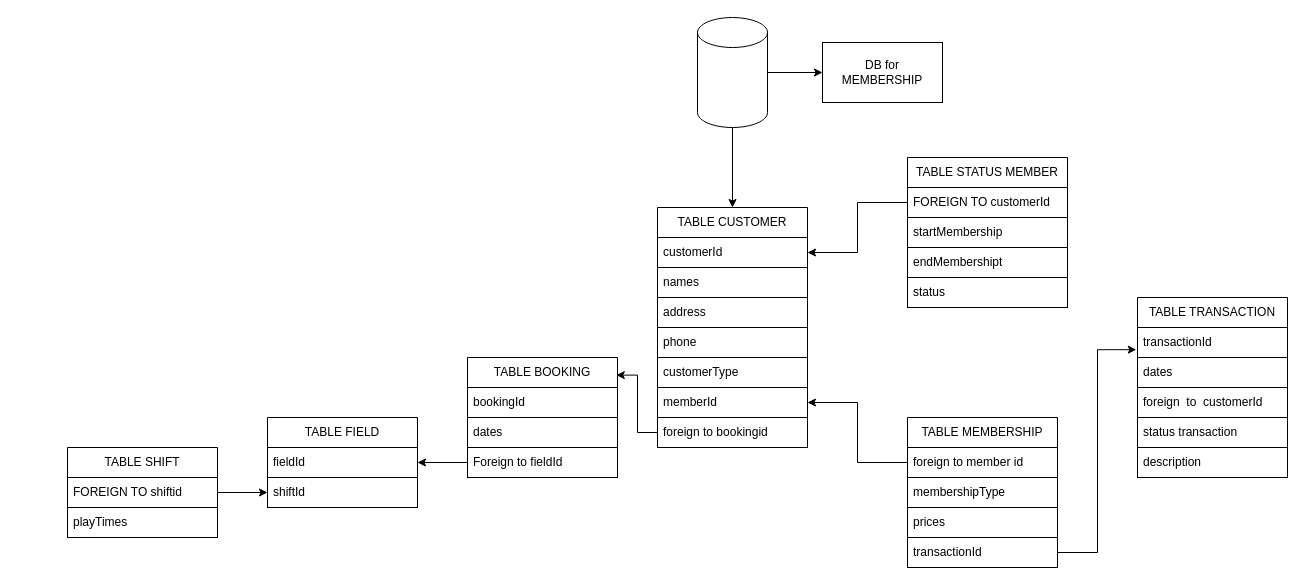
Above: subjects/Untitled Diagram.drawio in azzaky9/middlewares-flowcharts (draw.io), before the change. Source tidied: cells renumbered, new cells numbered last; positions are measured from the earlier drawing's top-left corner, leaving out a move shared by most shapes. Both pictures are drawn from the tidied source at 100%, with x=0, y=0 at pixel (67, 17).
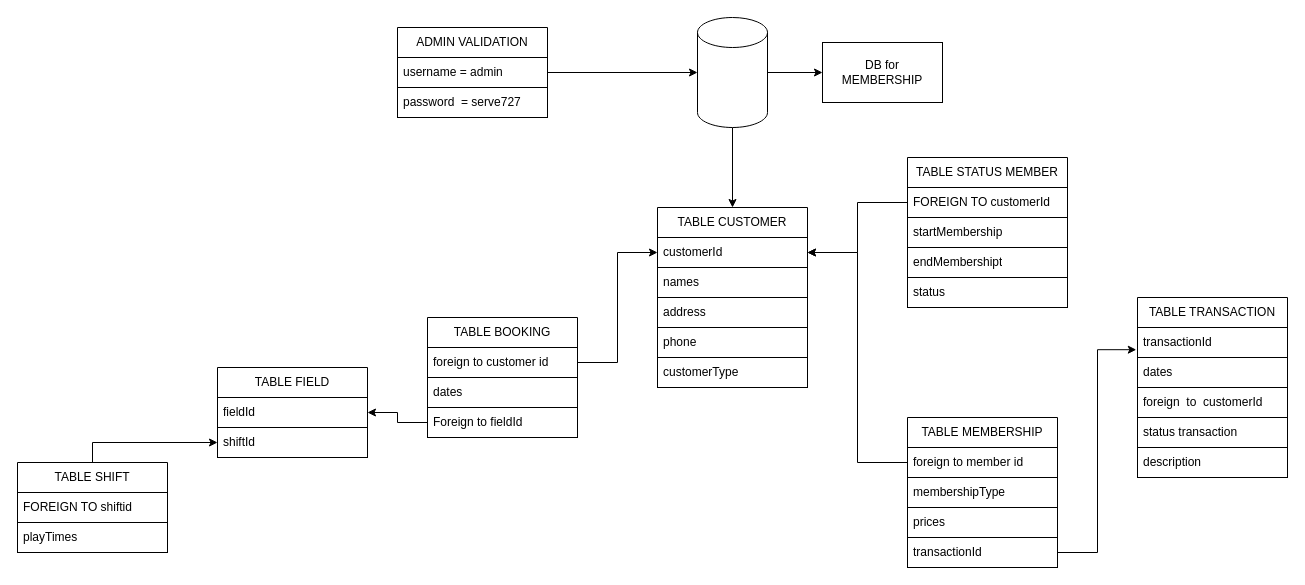
The same page after the edit.

Unchanged cells that the change refers to:
```xml
<mxCell id="3" value="customerId" style="text;align=left;verticalAlign=middle;spacingLeft=4;spacingRight=4;overflow=hidden;points=[[0,0.5],[1,0.5]];portConstraint=eastwest;whiteSpace=wrap;html=1;strokeColor=default;" parent="2" vertex="1">
  <mxGeometry y="30" width="150" height="30" as="geometry" />
</mxCell>
<mxCell id="12" style="shape=cylinder3;whiteSpace=wrap;html=1;boundedLbl=1;backgroundOutline=1;size=15;" parent="1" vertex="1">
  <mxGeometry x="630" width="70" height="110" as="geometry" />
</mxCell>
<mxCell id="14" value="foreign to member id" style="text;align=left;verticalAlign=middle;spacingLeft=4;spacingRight=4;overflow=hidden;points=[[0,0.5],[1,0.5]];portConstraint=eastwest;whiteSpace=wrap;html=1;strokeColor=default;" parent="13" vertex="1">
  <mxGeometry y="30" width="150" height="30" as="geometry" />
</mxCell>
```

What changed in the source:
```diff
@@
     <mxCell id="2" value="TABLE CUSTOMER" style="swimlane;fontStyle=0;horizontal=1;startSize=30;whiteSpace=wrap;html=1;" parent="1" vertex="1">
-      <mxGeometry x="590" y="190" width="150" height="240" as="geometry" />
+      <mxGeometry x="590" y="190" width="150" height="180" as="geometry" />
     </mxCell>
@@
-    <mxCell id="8" value="memberId" style="text;strokeColor=default;fillColor=none;align=left;verticalAlign=middle;spacingLeft=4;spacingRight=4;overflow=hidden;points=[[0,0.5],[1,0.5]];portConstraint=eastwest;whiteSpace=wrap;html=1;" parent="2" vertex="1">
-      <mxGeometry y="180" width="150" height="30" as="geometry" />
-    </mxCell>
-    <mxCell id="9" value="foreign to bookingid" style="text;strokeColor=default;fillColor=none;align=left;verticalAlign=middle;spacingLeft=4;spacingRight=4;overflow=hidden;points=[[0,0.5],[1,0.5]];portConstraint=eastwest;whiteSpace=wrap;html=1;" parent="2" vertex="1">
-      <mxGeometry y="210" width="150" height="30" as="geometry" />
-    </mxCell>
@@
     <mxCell id="24" value="TABLE FIELD" style="swimlane;fontStyle=0;horizontal=1;startSize=30;whiteSpace=wrap;html=1;" parent="1" vertex="1">
-      <mxGeometry x="200" y="400" width="150" height="90" as="geometry" />
+      <mxGeometry x="150" y="350" width="150" height="90" as="geometry" />
     </mxCell>
@@
     <mxCell id="28" value="TABLE SHIFT" style="swimlane;fontStyle=0;horizontal=1;startSize=30;whiteSpace=wrap;html=1;" parent="1" vertex="1">
-      <mxGeometry y="430" width="150" height="90" as="geometry" />
+      <mxGeometry x="-50" y="445" width="150" height="90" as="geometry" />
     </mxCell>
@@
     <mxCell id="31" value="TABLE BOOKING" style="swimlane;fontStyle=0;horizontal=1;startSize=30;whiteSpace=wrap;html=1;" parent="1" vertex="1">
-      <mxGeometry x="400" y="340" width="150" height="120" as="geometry" />
+      <mxGeometry x="360" y="300" width="150" height="120" as="geometry" />
     </mxCell>
-    <mxCell id="32" value="bookingId" style="text;align=left;verticalAlign=middle;spacingLeft=4;spacingRight=4;overflow=hidden;points=[[0,0.5],[1,0.5]];portConstraint=eastwest;whiteSpace=wrap;html=1;strokeColor=default;" parent="31" vertex="1">
+    <mxCell id="32" value="foreign to customer id&amp;nbsp;" style="text;align=left;verticalAlign=middle;spacingLeft=4;spacingRight=4;overflow=hidden;points=[[0,0.5],[1,0.5]];portConstraint=eastwest;whiteSpace=wrap;html=1;strokeColor=default;" parent="31" vertex="1">
       <mxGeometry y="30" width="150" height="30" as="geometry" />
     </mxCell>
@@
-    <mxCell id="36" style="edgeStyle=orthogonalEdgeStyle;rounded=0;jettySize=auto;html=1;entryX=0.992;entryY=0.147;entryDx=0;entryDy=0;entryPerimeter=0;" parent="1" edge="1" source="9" target="31">
-      <mxGeometry relative="1" as="geometry" />
-    </mxCell>
@@
-    <mxCell id="38" style="edgeStyle=orthogonalEdgeStyle;rounded=0;jettySize=auto;html=1;entryX=1;entryY=0.5;entryDx=0;entryDy=0;" parent="1" edge="1" source="14" target="8">
-      <mxGeometry relative="1" as="geometry" />
-    </mxCell>
@@
+    <mxCell id="46" style="edgeStyle=orthogonalEdgeStyle;rounded=0;jettySize=auto;html=1;entryX=1;entryY=0.5;entryDx=0;entryDy=0;" parent="1" edge="1" source="14" target="3">
+      <mxGeometry relative="1" as="geometry" />
+    </mxCell>
+    <mxCell id="47" style="edgeStyle=orthogonalEdgeStyle;rounded=0;jettySize=auto;html=1;entryX=0;entryY=0.5;entryDx=0;entryDy=0;" parent="1" edge="1" source="32" target="3">
+      <mxGeometry relative="1" as="geometry" />
+    </mxCell>
+    <mxCell id="48" style="edgeStyle=orthogonalEdgeStyle;rounded=0;jettySize=auto;html=1;" parent="1" edge="1" source="49" target="12">
+      <mxGeometry relative="1" as="geometry" />
+    </mxCell>
+    <mxCell id="49" value="ADMIN VALIDATION" style="swimlane;fontStyle=0;horizontal=1;startSize=30;whiteSpace=wrap;html=1;" parent="1" vertex="1">
+      <mxGeometry x="330" y="10" width="150" height="90" as="geometry" />
+    </mxCell>
+    <mxCell id="50" value="username = admin" style="text;align=left;verticalAlign=middle;spacingLeft=4;spacingRight=4;overflow=hidden;whiteSpace=wrap;html=1;strokeColor=default;" parent="49" vertex="1">
+      <mxGeometry y="30" width="150" height="30" as="geometry" />
+    </mxCell>
+    <mxCell id="51" value="password&amp;nbsp; = serve727" style="text;strokeColor=default;fillColor=none;align=left;verticalAlign=middle;spacingLeft=4;spacingRight=4;overflow=hidden;whiteSpace=wrap;html=1;" parent="49" vertex="1">
+      <mxGeometry y="60" width="150" height="30" as="geometry" />
+    </mxCell>
```
